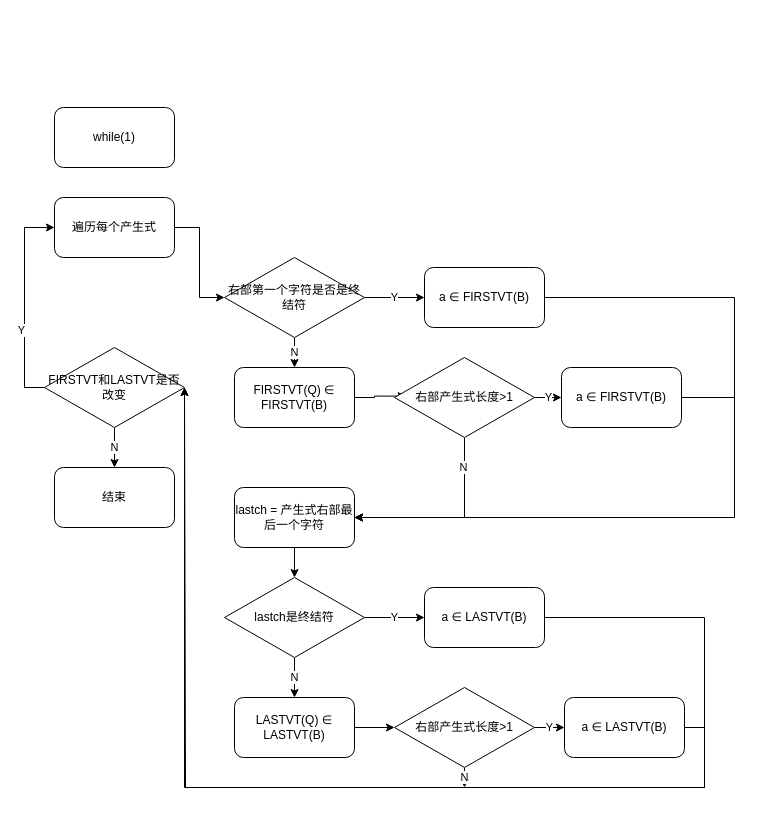
Before: Lab3FIRSTVTLASTVT.drawio in BlingDan/ImageHosting, a draw.io diagram. Source tidied: cells renumbered, new cells numbered last; positions are measured from the earlier drawing's top-left corner, leaving out a move shared by most shapes. Both pictures are drawn from the tidied source at 100%, with x=0, y=0 at pixel (44, 107).
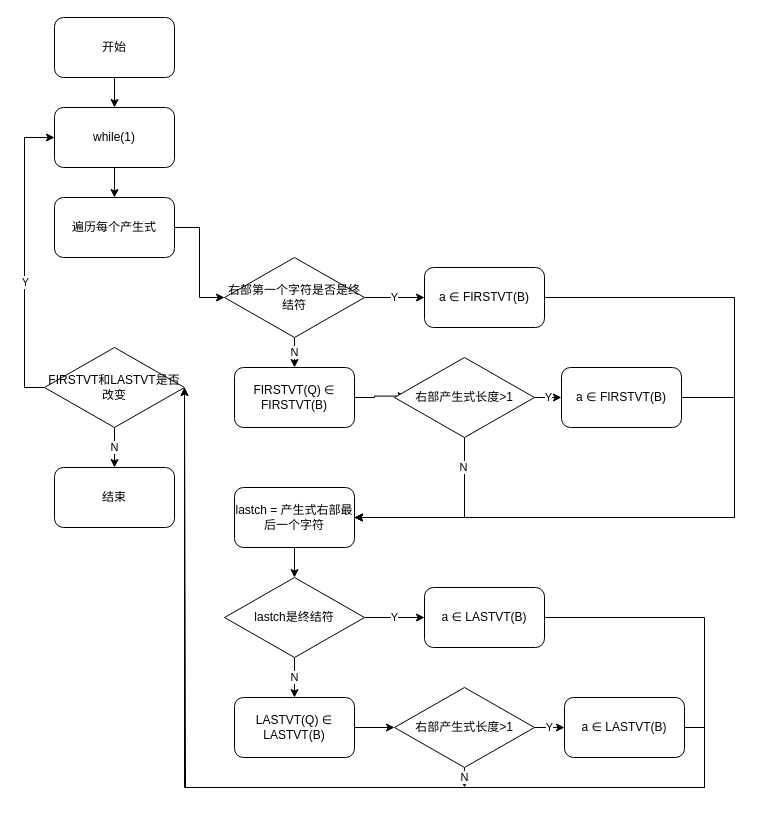
Above is the later version.

The change refers to these unchanged cells:
```xml
<mxCell id="2" value="while(1)" style="rounded=1;whiteSpace=wrap;html=1;" parent="1" vertex="1">
  <mxGeometry x="10" width="120" height="60" as="geometry" />
</mxCell>
<mxCell id="3" value="结束" style="rounded=1;whiteSpace=wrap;html=1;" parent="1" vertex="1">
  <mxGeometry x="10" y="360" width="120" height="60" as="geometry" />
</mxCell>
<mxCell id="7" value="FIRSTVT和LASTVT是否改变" style="rhombus;whiteSpace=wrap;html=1;" parent="1" vertex="1">
  <mxGeometry y="240" width="140" height="80" as="geometry" />
</mxCell>
<mxCell id="9" value="遍历每个产生式" style="rounded=1;whiteSpace=wrap;html=1;" parent="1" vertex="1">
  <mxGeometry x="10" y="90" width="120" height="60" as="geometry" />
</mxCell>
```

What changed in the source:
```diff
@@
+    <mxCell id="37" style="edgeStyle=orthogonalEdgeStyle;rounded=0;jettySize=auto;html=1;exitX=0.5;exitY=1;exitDx=0;exitDy=0;entryX=0.5;entryY=0;entryDx=0;entryDy=0;" parent="1" edge="1" source="2" target="9">
+      <mxGeometry relative="1" as="geometry" />
+    </mxCell>
@@
-    <mxCell id="4" style="edgeStyle=orthogonalEdgeStyle;rounded=0;jettySize=auto;html=1;exitX=0;exitY=0.5;exitDx=0;exitDy=0;entryX=0;entryY=0.5;entryDx=0;entryDy=0;" parent="1" edge="1" source="7" target="9">
-      <mxGeometry relative="1" as="geometry" />
-    </mxCell>
+    <mxCell id="6" value="N" style="edgeStyle=orthogonalEdgeStyle;rounded=0;jettySize=auto;html=1;exitX=0.5;exitY=1;exitDx=0;exitDy=0;entryX=0.5;entryY=0;entryDx=0;entryDy=0;" parent="1" edge="1" source="7" target="3">
+      <mxGeometry relative="1" as="geometry" />
+    </mxCell>
+    <mxCell id="38" style="edgeStyle=orthogonalEdgeStyle;rounded=0;jettySize=auto;html=1;exitX=0;exitY=0.5;exitDx=0;exitDy=0;entryX=0;entryY=0.5;entryDx=0;entryDy=0;" parent="1" edge="1" source="7" target="2">
+      <mxGeometry relative="1" as="geometry" />
+    </mxCell>
-    <mxCell id="5" value="Y" style="edgeLabel;html=1;align=center;verticalAlign=middle;" parent="4" vertex="1">
-      <mxGeometry x="-0.26" y="4" relative="1" as="geometry" />
+    <mxCell id="5" value="Y" style="edgeLabel;html=1;align=center;verticalAlign=middle;" parent="38" vertex="1">
+      <mxGeometry x="-0.16" relative="1" as="geometry" />
     </mxCell>
-    <mxCell id="6" value="N" style="edgeStyle=orthogonalEdgeStyle;rounded=0;jettySize=auto;html=1;exitX=0.5;exitY=1;exitDx=0;exitDy=0;entryX=0.5;entryY=0;entryDx=0;entryDy=0;" parent="1" edge="1" source="7" target="3">
-      <mxGeometry relative="1" as="geometry" />
-    </mxCell>
@@
+    <mxCell id="39" style="edgeStyle=orthogonalEdgeStyle;rounded=0;jettySize=auto;html=1;exitX=0.5;exitY=1;exitDx=0;exitDy=0;entryX=0.5;entryY=0;entryDx=0;entryDy=0;" parent="1" edge="1" source="40" target="2">
+      <mxGeometry relative="1" as="geometry" />
+    </mxCell>
+    <mxCell id="40" value="开始" style="rounded=1;whiteSpace=wrap;html=1;" parent="1" vertex="1">
+      <mxGeometry x="10" y="-90" width="120" height="60" as="geometry" />
+    </mxCell>
```
